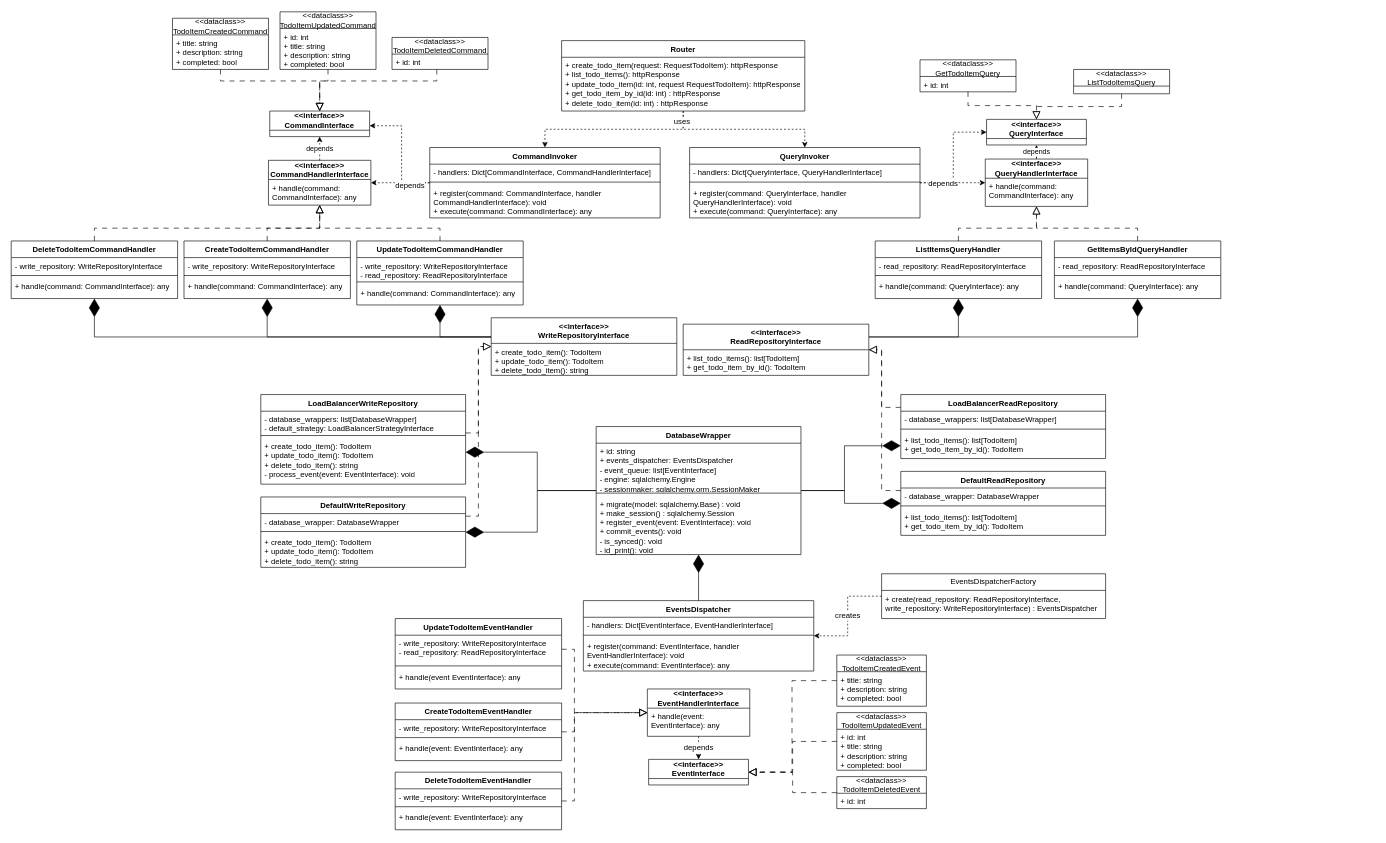
Before: class_diagram.drawio in corey888773/django-orm-software-load-balancer, a draw.io diagram. Source tidied: cells renumbered, new cells numbered last; positions are measured from the earlier drawing's top-left corner, leaving out a move shared by most shapes. Both pictures are drawn from the tidied source at 64%, with x=0, y=0 at pixel (11, 12).
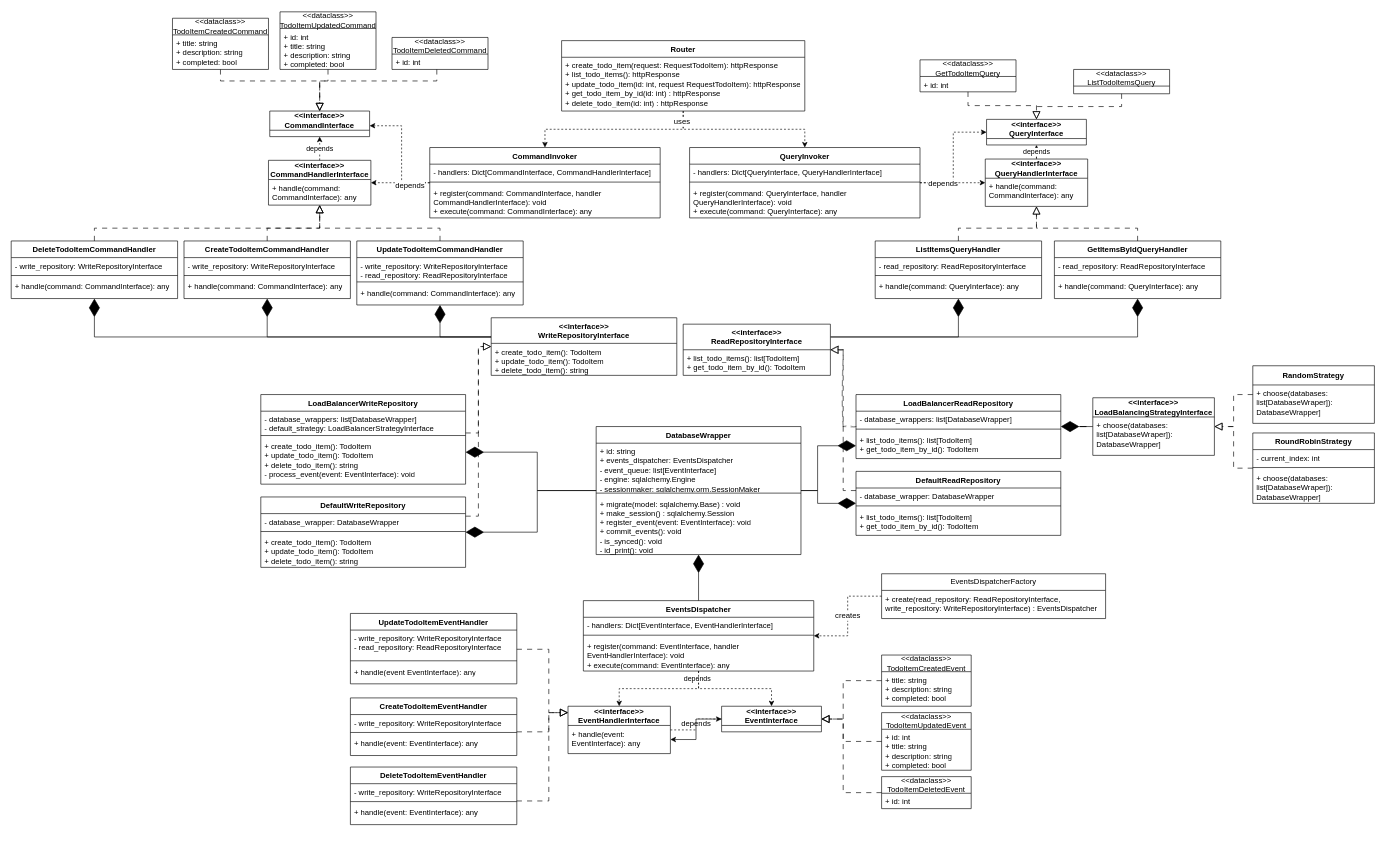
Above is the later version.

Unchanged cells that the change refers to:
```xml
<mxCell id="85" value="EventsDispatcher" style="swimlane;fontStyle=1;align=center;verticalAlign=top;horizontal=1;startSize=26;whiteSpace=wrap;html=1;" parent="1" vertex="1">
  <mxGeometry x="894" y="920" width="360" height="110" as="geometry" />
</mxCell>
<mxCell id="91" value="+ handle(event: EventInterface): any" style="text;strokeColor=none;fillColor=none;align=left;verticalAlign=top;spacingLeft=4;spacingRight=4;overflow=hidden;points=[[0,0.5],[1,0.5]];portConstraint=eastwest;whiteSpace=wrap;html=1;" parent="90" vertex="1">
  <mxGeometry y="30" width="160" height="44" as="geometry" />
</mxCell>
<mxCell id="102" value="- write_repository: WriteRepositoryInterface&lt;br&gt;- read_repository: ReadRepositoryInterface&amp;nbsp;" style="text;strokeColor=none;fillColor=none;align=left;verticalAlign=top;spacingLeft=4;spacingRight=4;overflow=hidden;points=[[0,0.5],[1,0.5]];portConstraint=eastwest;whiteSpace=wrap;html=1;" parent="101" vertex="1">
  <mxGeometry y="26" width="260" height="44" as="geometry" />
</mxCell>
<mxCell id="116" value="DatabaseWrapper" style="swimlane;fontStyle=1;align=center;verticalAlign=top;horizontal=1;startSize=26;whiteSpace=wrap;html=1;" parent="1" vertex="1">
  <mxGeometry x="914" y="648" width="320" height="200" as="geometry" />
</mxCell>
```

What changed in the source:
```diff
@@
     <mxCell id="58" value="&amp;lt;&amp;lt;interface&amp;gt;&amp;gt;&lt;br&gt;ReadRepositoryInterface" style="swimlane;fontStyle=1;align=center;verticalAlign=top;horizontal=1;startSize=40;whiteSpace=wrap;html=1;" parent="1" vertex="1">
-      <mxGeometry x="1050" y="488" width="290" height="80" as="geometry" />
+      <mxGeometry x="1050" y="488" width="230" height="80" as="geometry" />
     </mxCell>
     <mxCell id="59" value="+ list_todo_items(): list[TodoItem]&lt;br&gt;+ get_todo_item_by_id(): TodoItem" style="text;strokeColor=none;fillColor=none;align=left;verticalAlign=top;spacingLeft=4;spacingRight=4;overflow=hidden;whiteSpace=wrap;html=1;" parent="58" vertex="1">
-      <mxGeometry y="40" width="290" height="40" as="geometry" />
+      <mxGeometry y="40" width="230" height="40" as="geometry" />
     </mxCell>
     <mxCell id="60" style="edgeStyle=orthogonalEdgeStyle;rounded=0;jettySize=auto;html=1;dashed=1;dashPattern=8 8;endArrow=block;endFill=0;endSize=10;" parent="1" edge="1" source="62" target="58">
       <mxGeometry relative="1" as="geometry">
         <Array as="points">
-          <mxPoint x="1360" y="748" />
-          <mxPoint x="1360" y="528" />
+          <mxPoint x="1300" y="748" />
+          <mxPoint x="1300" y="528" />
         </Array>
       </mxGeometry>
     </mxCell>
     <mxCell id="61" style="edgeStyle=orthogonalEdgeStyle;rounded=0;jettySize=auto;html=1;fontFamily=Helvetica;fontSize=12;fontColor=default;startSize=26;endArrow=none;endFill=0;startArrow=diamondThin;startFill=1;" parent="1" edge="1" source="62" target="116">
-      <mxGeometry relative="1" as="geometry" />
+      <mxGeometry relative="1" as="geometry">
+        <Array as="points">
+          <mxPoint x="1260" y="768" />
+          <mxPoint x="1260" y="748" />
+        </Array>
+      </mxGeometry>
     </mxCell>
     <mxCell id="62" value="DefaultReadRepository" style="swimlane;fontStyle=1;align=center;verticalAlign=top;horizontal=1;startSize=26;whiteSpace=wrap;html=1;" parent="1" vertex="1">
-      <mxGeometry x="1390" y="718" width="320" height="100" as="geometry" />
+      <mxGeometry x="1320" y="718" width="320" height="100" as="geometry" />
     </mxCell>
@@
-    <mxCell id="71" style="edgeStyle=orthogonalEdgeStyle;rounded=0;jettySize=auto;html=1;dashed=1;dashPattern=8 8;endArrow=block;endFill=0;endSize=10;" parent="1" edge="1" source="73" target="58">
+    <mxCell id="71" style="edgeStyle=orthogonalEdgeStyle;rounded=0;jettySize=auto;html=1;dashed=1;dashPattern=8 8;endArrow=block;endFill=0;endSize=10;jumpStyle=none;opacity=50;strokeWidth=1;shadow=0;sketch=1;curveFitting=1;jiggle=2;" parent="1" edge="1" source="73" target="58">
       <mxGeometry relative="1" as="geometry">
         <Array as="points">
-          <mxPoint x="1360" y="618" />
-          <mxPoint x="1360" y="528" />
+          <mxPoint x="1300" y="648" />
+          <mxPoint x="1300" y="528" />
         </Array>
       </mxGeometry>
     </mxCell>
     <mxCell id="72" style="edgeStyle=orthogonalEdgeStyle;rounded=0;jettySize=auto;html=1;fontFamily=Helvetica;fontSize=12;fontColor=default;startSize=26;endArrow=none;endFill=0;startArrow=diamondThin;startFill=1;" parent="1" edge="1" source="73" target="116">
       <mxGeometry relative="1" as="geometry">
         <Array as="points">
-          <mxPoint x="1302" y="678" />
-          <mxPoint x="1302" y="748" />
+          <mxPoint x="1260" y="678" />
+          <mxPoint x="1260" y="748" />
         </Array>
       </mxGeometry>
     </mxCell>
     <mxCell id="73" value="LoadBalancerReadRepository" style="swimlane;fontStyle=1;align=center;verticalAlign=top;horizontal=1;startSize=26;whiteSpace=wrap;html=1;" parent="1" vertex="1">
-      <mxGeometry x="1390" y="598" width="320" height="100" as="geometry" />
+      <mxGeometry x="1320" y="598" width="320" height="100" as="geometry" />
     </mxCell>
@@
+    <mxCell id="142" style="edgeStyle=orthogonalEdgeStyle;rounded=0;jettySize=auto;html=1;dashed=1;" parent="1" edge="1" source="85" target="92">
+      <mxGeometry relative="1" as="geometry" />
+    </mxCell>
+    <mxCell id="143" value="depends" style="edgeLabel;html=1;align=center;verticalAlign=middle;" parent="142" vertex="1">
+      <mxGeometry x="-0.87" y="-3" relative="1" as="geometry" />
+    </mxCell>
+    <mxCell id="144" style="edgeStyle=orthogonalEdgeStyle;rounded=0;jettySize=auto;html=1;dashed=1;" parent="1" edge="1" source="85" target="90">
+      <mxGeometry relative="1" as="geometry" />
+    </mxCell>
@@
     <mxCell id="90" value="&lt;b&gt;&amp;lt;&amp;lt;interface&amp;gt;&amp;gt;&lt;br&gt;EventHandlerInterface&lt;/b&gt;" style="swimlane;fontStyle=0;horizontal=1;startSize=30;fillColor=none;whiteSpace=wrap;html=1;" parent="1" vertex="1">
-      <mxGeometry x="994" y="1058" width="160" height="74" as="geometry" />
+      <mxGeometry x="870" y="1085" width="160" height="74" as="geometry" />
     </mxCell>
@@
+    <mxCell id="145" style="edgeStyle=orthogonalEdgeStyle;rounded=0;jettySize=auto;html=1;" parent="1" edge="1" source="92" target="91">
+      <mxGeometry relative="1" as="geometry" />
+    </mxCell>
     <mxCell id="92" value="&lt;b&gt;&amp;lt;&amp;lt;interface&amp;gt;&amp;gt;&lt;br&gt;EventInterface&lt;/b&gt;" style="swimlane;fontStyle=0;horizontal=1;startSize=30;fillColor=none;whiteSpace=wrap;html=1;" parent="1" vertex="1">
-      <mxGeometry x="996" y="1168" width="156" height="40" as="geometry" />
+      <mxGeometry x="1110" y="1085" width="156" height="40" as="geometry" />
     </mxCell>
     <mxCell id="93" value="&amp;lt;&amp;lt;dataclass&amp;gt;&amp;gt;&lt;br&gt;TodoItemCreatedEvent" style="swimlane;fontStyle=0;horizontal=1;startSize=26;fillColor=none;whiteSpace=wrap;html=1;" parent="1" vertex="1">
-      <mxGeometry x="1290" y="1005" width="140" height="80" as="geometry" />
+      <mxGeometry x="1360" y="1005" width="140" height="80" as="geometry" />
     </mxCell>
@@
     <mxCell id="95" style="edgeStyle=orthogonalEdgeStyle;rounded=0;jettySize=auto;html=1;dashed=1;dashPattern=8 8;endArrow=block;endFill=0;endSize=10;" parent="1" edge="1" source="96" target="92">
-      <mxGeometry relative="1" as="geometry" />
+      <mxGeometry relative="1" as="geometry">
+        <Array as="points">
+          <mxPoint x="1300" y="1140" />
+          <mxPoint x="1300" y="1105" />
+        </Array>
+      </mxGeometry>
     </mxCell>
     <mxCell id="96" value="&amp;lt;&amp;lt;dataclass&amp;gt;&amp;gt;&lt;br&gt;TodoItemUpdatedEvent" style="swimlane;fontStyle=0;horizontal=1;startSize=26;fillColor=none;whiteSpace=wrap;html=1;" parent="1" vertex="1">
-      <mxGeometry x="1290" y="1095" width="140" height="90" as="geometry" />
+      <mxGeometry x="1360" y="1095" width="140" height="90" as="geometry" />
     </mxCell>
@@
     <mxCell id="98" style="edgeStyle=orthogonalEdgeStyle;rounded=0;jettySize=auto;html=1;dashed=1;dashPattern=8 8;endArrow=block;endFill=0;endSize=10;" parent="1" edge="1" source="99" target="92">
-      <mxGeometry relative="1" as="geometry" />
+      <mxGeometry relative="1" as="geometry">
+        <Array as="points">
+          <mxPoint x="1300" y="1220" />
+          <mxPoint x="1300" y="1105" />
+        </Array>
+      </mxGeometry>
     </mxCell>
     <mxCell id="99" value="&amp;lt;&amp;lt;dataclass&amp;gt;&amp;gt;&lt;br&gt;TodoItemDeletedEvent" style="swimlane;fontStyle=0;horizontal=1;startSize=26;fillColor=none;whiteSpace=wrap;html=1;" parent="1" vertex="1">
-      <mxGeometry x="1290" y="1195" width="140" height="50" as="geometry" />
+      <mxGeometry x="1360" y="1195" width="140" height="50" as="geometry" />
     </mxCell>
@@
     <mxCell id="101" value="UpdateTodoItemEventHandler" style="swimlane;fontStyle=1;align=center;verticalAlign=top;horizontal=1;startSize=26;whiteSpace=wrap;html=1;" parent="1" vertex="1">
-      <mxGeometry x="600" y="948" width="260" height="110" as="geometry" />
+      <mxGeometry x="530" y="940" width="260" height="110" as="geometry" />
     </mxCell>
@@
     <mxCell id="105" style="edgeStyle=orthogonalEdgeStyle;rounded=0;jettySize=auto;html=1;dashed=1;dashPattern=8 8;endArrow=block;endFill=0;endSize=10;" parent="1" edge="1" source="106" target="90">
       <mxGeometry relative="1" as="geometry">
         <Array as="points">
-          <mxPoint x="880" y="1125" />
-          <mxPoint x="880" y="1095" />
+          <mxPoint x="840" y="1125" />
+          <mxPoint x="840" y="1095" />
         </Array>
       </mxGeometry>
     </mxCell>
     <mxCell id="106" value="CreateTodoItemEventHandler" style="swimlane;fontStyle=1;align=center;verticalAlign=top;horizontal=1;startSize=26;whiteSpace=wrap;html=1;" parent="1" vertex="1">
-      <mxGeometry x="600" y="1080" width="260" height="90" as="geometry" />
+      <mxGeometry x="530" y="1072" width="260" height="90" as="geometry" />
     </mxCell>
@@
     <mxCell id="110" style="edgeStyle=orthogonalEdgeStyle;rounded=0;jettySize=auto;html=1;dashed=1;dashPattern=8 8;endArrow=block;endFill=0;endSize=10;" parent="1" edge="1" source="111" target="90">
       <mxGeometry relative="1" as="geometry">
         <Array as="points">
-          <mxPoint x="880" y="1233" />
-          <mxPoint x="880" y="1095" />
+          <mxPoint x="840" y="1233" />
+          <mxPoint x="840" y="1095" />
         </Array>
       </mxGeometry>
     </mxCell>
     <mxCell id="111" value="DeleteTodoItemEventHandler" style="swimlane;fontStyle=1;align=center;verticalAlign=top;horizontal=1;startSize=26;whiteSpace=wrap;html=1;" parent="1" vertex="1">
-      <mxGeometry x="600" y="1188" width="260" height="90" as="geometry" />
+      <mxGeometry x="530" y="1180" width="260" height="90" as="geometry" />
     </mxCell>
@@
     <mxCell id="140" style="edgeStyle=orthogonalEdgeStyle;rounded=0;jettySize=auto;html=1;dashed=1;dashPattern=8 8;endArrow=block;endFill=0;endSize=10;" parent="1" edge="1" source="93" target="92">
       <mxGeometry relative="1" as="geometry">
         <Array as="points">
-          <mxPoint x="1220" y="1045" />
-          <mxPoint x="1220" y="1188" />
+          <mxPoint x="1300" y="1045" />
+          <mxPoint x="1300" y="1105" />
         </Array>
       </mxGeometry>
     </mxCell>
     <mxCell id="141" style="edgeStyle=orthogonalEdgeStyle;rounded=0;jettySize=auto;html=1;dashed=1;dashPattern=8 8;endArrow=block;endFill=0;endSize=10;" parent="1" edge="1" source="102" target="90">
       <mxGeometry relative="1" as="geometry">
         <Array as="points">
-          <mxPoint x="880" y="996" />
-          <mxPoint x="880" y="1095" />
+          <mxPoint x="840" y="996" />
+          <mxPoint x="840" y="1095" />
         </Array>
       </mxGeometry>
     </mxCell>
+    <mxCell id="146" style="edgeStyle=orthogonalEdgeStyle;rounded=0;jettySize=auto;html=1;startArrow=none;startFill=0;endArrow=diamondThin;endFill=1;endSize=26;" parent="1" edge="1" source="147" target="73">
+      <mxGeometry relative="1" as="geometry" />
+    </mxCell>
+    <mxCell id="147" value="&lt;b&gt;&amp;lt;&amp;lt;interface&amp;gt;&amp;gt;&lt;br&gt;LoadBalancingStrategyInterface&lt;br&gt;&lt;/b&gt;" style="swimlane;fontStyle=0;horizontal=1;startSize=30;fillColor=none;whiteSpace=wrap;html=1;" parent="1" vertex="1">
+      <mxGeometry x="1690" y="603" width="190" height="90" as="geometry" />
+    </mxCell>
+    <mxCell id="148" value="+ choose(databases: list[DatabaseWraper]): DatabaseWrapper]" style="text;strokeColor=none;fillColor=none;align=left;verticalAlign=top;spacingLeft=4;spacingRight=4;overflow=hidden;whiteSpace=wrap;html=1;" parent="147" vertex="1">
+      <mxGeometry y="30" width="190" height="60" as="geometry" />
+    </mxCell>
+    <mxCell id="149" style="edgeStyle=orthogonalEdgeStyle;rounded=0;jettySize=auto;html=1;dashed=1;dashPattern=8 8;endArrow=block;endFill=0;endSize=10;" parent="1" edge="1" source="150" target="147">
+      <mxGeometry relative="1" as="geometry" />
+    </mxCell>
+    <mxCell id="150" value="&lt;b&gt;RandomStrategy&lt;br&gt;&lt;/b&gt;" style="swimlane;fontStyle=0;horizontal=1;startSize=30;fillColor=none;whiteSpace=wrap;html=1;" parent="1" vertex="1">
+      <mxGeometry x="1940" y="553" width="190" height="90" as="geometry" />
+    </mxCell>
+    <mxCell id="151" value="+ choose(databases: list[DatabaseWraper]): DatabaseWrapper]" style="text;strokeColor=none;fillColor=none;align=left;verticalAlign=top;spacingLeft=4;spacingRight=4;overflow=hidden;whiteSpace=wrap;html=1;" parent="150" vertex="1">
+      <mxGeometry y="30" width="190" height="60" as="geometry" />
+    </mxCell>
+    <mxCell id="152" style="edgeStyle=orthogonalEdgeStyle;rounded=0;jettySize=auto;html=1;dashed=1;dashPattern=8 8;endArrow=block;endFill=0;endSize=10;" parent="1" edge="1" source="153" target="147">
+      <mxGeometry relative="1" as="geometry" />
+    </mxCell>
+    <mxCell id="153" value="&lt;b style=&quot;border-color: var(--border-color);&quot;&gt;RoundRobinStrategy&lt;/b&gt;" style="swimlane;fontStyle=1;align=center;verticalAlign=top;horizontal=1;startSize=26;whiteSpace=wrap;html=1;" parent="1" vertex="1">
+      <mxGeometry x="1940" y="658" width="190" height="110" as="geometry" />
+    </mxCell>
+    <mxCell id="154" value="- current_index: int" style="text;strokeColor=none;fillColor=none;align=left;verticalAlign=top;spacingLeft=4;spacingRight=4;overflow=hidden;whiteSpace=wrap;html=1;" parent="153" vertex="1">
+      <mxGeometry y="26" width="190" height="24" as="geometry" />
+    </mxCell>
+    <mxCell id="155" style="line;strokeWidth=1;fillColor=none;align=left;verticalAlign=middle;spacingTop=-1;spacingLeft=3;spacingRight=3;labelPosition=right;strokeColor=inherit;" parent="153" vertex="1">
+      <mxGeometry y="50" width="190" height="8" as="geometry" />
+    </mxCell>
+    <mxCell id="156" value="+ choose(databases: list[DatabaseWraper]): DatabaseWrapper]" style="text;strokeColor=none;fillColor=none;align=left;verticalAlign=top;spacingLeft=4;spacingRight=4;overflow=hidden;whiteSpace=wrap;html=1;" parent="153" vertex="1">
+      <mxGeometry y="58" width="190" height="52" as="geometry" />
+    </mxCell>
```
